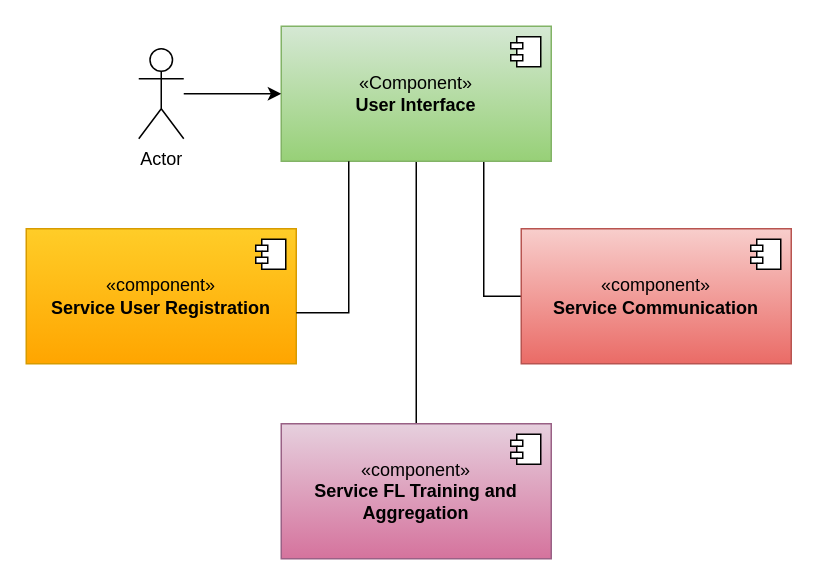
anandanlk/Drawings keeps this draw.io diagram as Thesis/Logical View.drawio. Above is the earlier version. Source tidied: cells renumbered, new cells numbered last; positions are measured from the earlier drawing's top-left corner, leaving out a move shared by most shapes. Both pictures are drawn from the tidied source at 150%, with x=0, y=0 at pixel (26, 26).
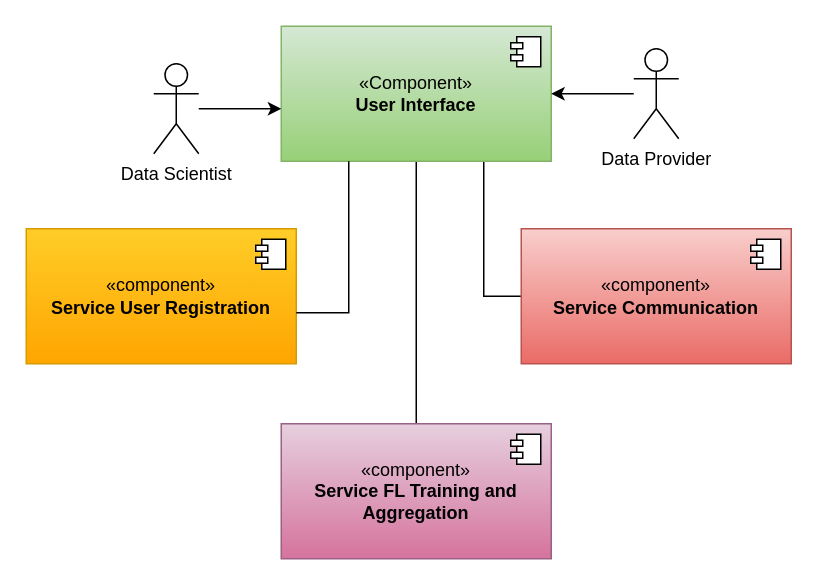
After the change.

Diff of the diagram source:
```diff
@@
-    <mxCell id="7" value="Actor" style="shape=umlActor;verticalLabelPosition=bottom;verticalAlign=top;html=1;outlineConnect=0;" parent="1" vertex="1">
-      <mxGeometry x="75" y="15" width="30" height="60" as="geometry" />
+    <mxCell id="7" value="Data Provider" style="shape=umlActor;verticalLabelPosition=bottom;verticalAlign=top;html=1;outlineConnect=0;" parent="1" vertex="1">
+      <mxGeometry x="405" y="15" width="30" height="60" as="geometry" />
     </mxCell>
@@
+    <mxCell id="15" style="edgeStyle=orthogonalEdgeStyle;rounded=0;jettySize=auto;html=1;" parent="1" edge="1" source="16">
+      <mxGeometry relative="1" as="geometry">
+        <mxPoint x="170" y="55" as="targetPoint" />
+      </mxGeometry>
+    </mxCell>
+    <mxCell id="16" value="Data Scientist" style="shape=umlActor;verticalLabelPosition=bottom;verticalAlign=top;html=1;outlineConnect=0;" parent="1" vertex="1">
+      <mxGeometry x="85" y="25" width="30" height="60" as="geometry" />
+    </mxCell>
```
